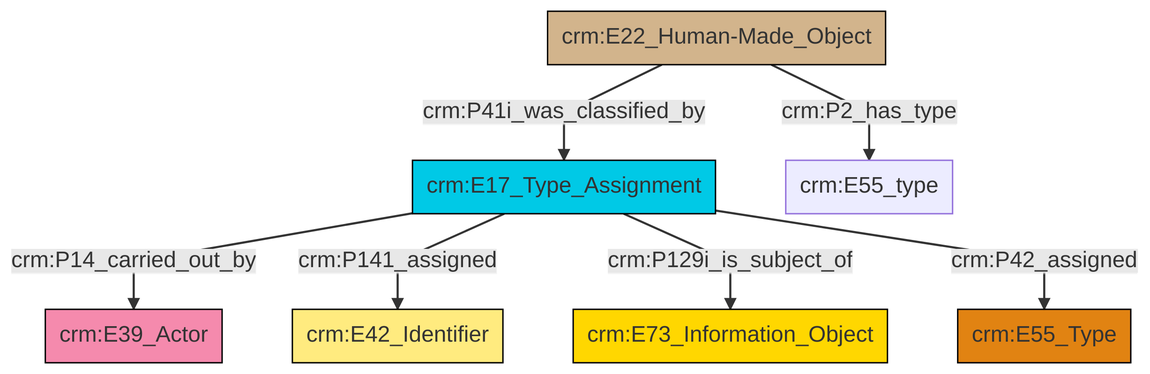
The Mermaid diagram et/builtWorkCSV/ttl/mmd/png/Built_Work_designation_status.png in swiss-art-research-net/docs.swissartresearch, before a commit. Its source is kept beside it as et/builtWorkCSV/ttl/mmd/Built_Work_designation_status.ttl.mmd.
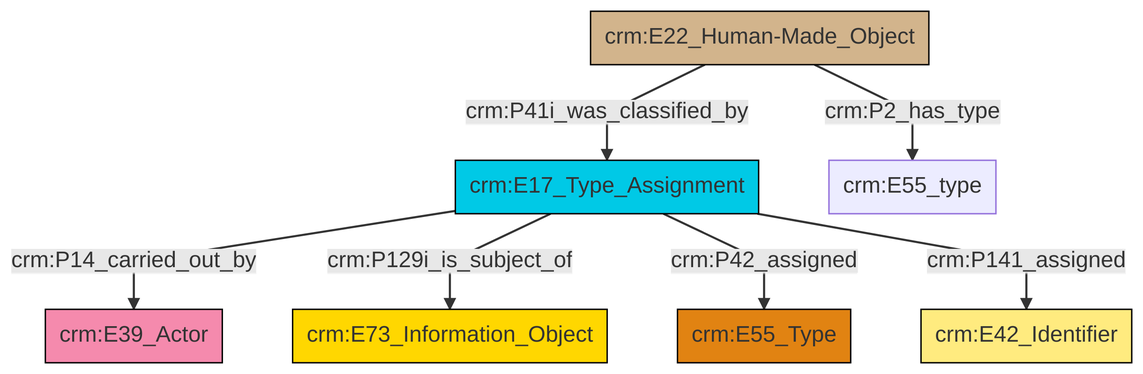
The same diagram one commit later.

The edit, as a diff of the source:
```diff
@@ -13,9 +13,9 @@
 classDef PC_Classes fill:#4ce600, stroke:#000000;
 classDef Multi fill:#cccccc,stroke:#000000;
 
-0["crm:E17_Type_Assignment"]:::Temporal_Entity -->|crm:P14_carried_out_by| 1["crm:E39_Actor"]:::Actor
-5["crm:E22_Human-Made_Object"]:::Physical_Thing -->|crm:P2_has_type| 6["crm:E55_type"]:::Default
-0["crm:E17_Type_Assignment"]:::Temporal_Entity -->|crm:P141_assigned| 7["crm:E42_Identifier"]:::Appellation
-0["crm:E17_Type_Assignment"]:::Temporal_Entity -->|crm:P129i_is_subject_of| 2["crm:E73_Information_Object"]:::Conceptual_Object
-0["crm:E17_Type_Assignment"]:::Temporal_Entity -->|crm:P42_assigned| 9["crm:E55_Type"]:::Type
-5["crm:E22_Human-Made_Object"]:::Physical_Thing -->|crm:P41i_was_classified_by| 0["crm:E17_Type_Assignment"]:::Temporal_Entity
+0["crm:E22_Human-Made_Object"]:::Physical_Thing -->|crm:P41i_was_classified_by| 1["crm:E17_Type_Assignment"]:::Temporal_Entity
+1["crm:E17_Type_Assignment"]:::Temporal_Entity -->|crm:P14_carried_out_by| 5["crm:E39_Actor"]:::Actor
+1["crm:E17_Type_Assignment"]:::Temporal_Entity -->|crm:P129i_is_subject_of| 6["crm:E73_Information_Object"]:::Conceptual_Object
+1["crm:E17_Type_Assignment"]:::Temporal_Entity -->|crm:P42_assigned| 11["crm:E55_Type"]:::Type
+1["crm:E17_Type_Assignment"]:::Temporal_Entity -->|crm:P141_assigned| 3["crm:E42_Identifier"]:::Appellation
+0["crm:E22_Human-Made_Object"]:::Physical_Thing -->|crm:P2_has_type| 8["crm:E55_type"]:::Default
```
